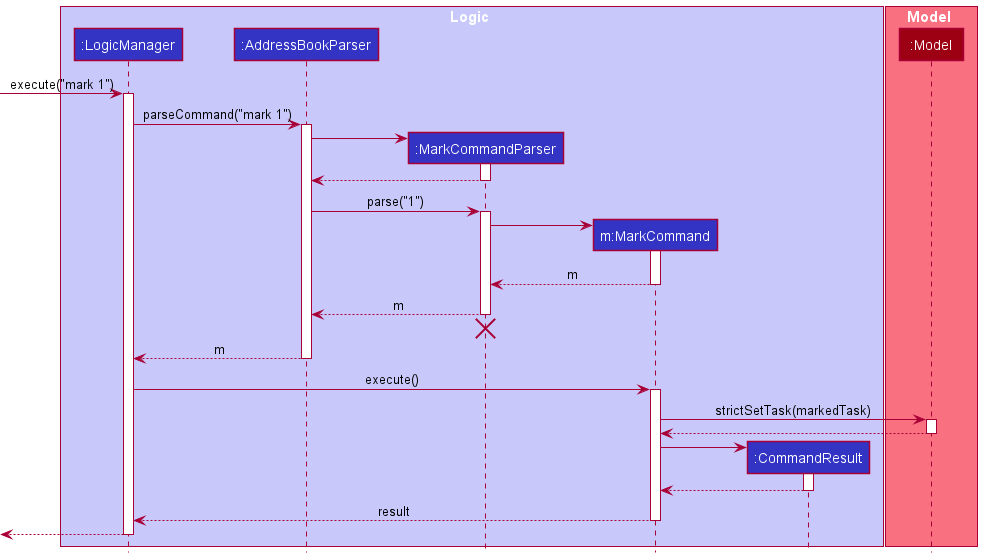
This is docs/images/MarkSequenceDiagram.png from sbhbenjamin/tp, a PlantUML export, as it was before one commit.
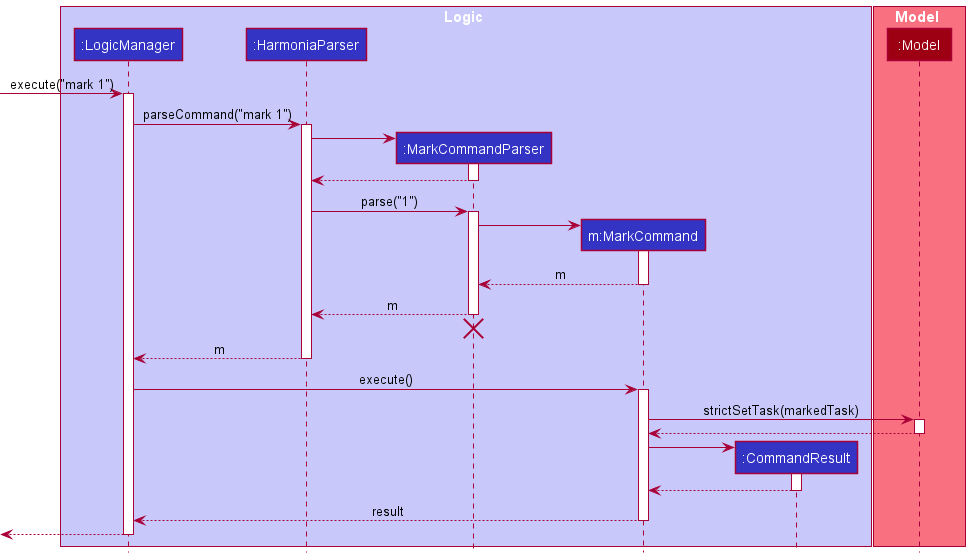
The same diagram one commit later.

Commit message:
Update mark diagram

What changed in the source:
```diff
@@ -3,7 +3,7 @@
 
 box Logic LOGIC_COLOR_T1
 participant ":LogicManager" as LogicManager LOGIC_COLOR
-participant ":AddressBookParser" as AddressBookParser LOGIC_COLOR
+participant ":HarmoniaParser" as HarmoniaParser LOGIC_COLOR
 participant ":MarkCommandParser" as MarkCommandParser LOGIC_COLOR
 participant "m:MarkCommand" as MarkCommand LOGIC_COLOR
 participant ":CommandResult" as CommandResult LOGIC_COLOR
@@ -16,17 +16,17 @@
 [-> LogicManager : execute("mark 1")
 activate LogicManager
 
-LogicManager -> AddressBookParser : parseCommand("mark 1")
-activate AddressBookParser
+LogicManager -> HarmoniaParser : parseCommand("mark 1")
+activate HarmoniaParser
 
 create MarkCommandParser
-AddressBookParser -> MarkCommandParser
+HarmoniaParser -> MarkCommandParser
 activate MarkCommandParser
 
-MarkCommandParser --> AddressBookParser
+MarkCommandParser --> HarmoniaParser
 deactivate MarkCommandParser
 
-AddressBookParser -> MarkCommandParser : parse("1")
+HarmoniaParser -> MarkCommandParser : parse("1")
 activate MarkCommandParser
 
 create MarkCommand
@@ -36,13 +36,13 @@
 MarkCommand --> MarkCommandParser : m
 deactivate MarkCommand
 
-MarkCommandParser --> AddressBookParser : m
+MarkCommandParser --> HarmoniaParser : m
 deactivate MarkCommandParser
-MarkCommandParser -[hidden]-> AddressBookParser
+MarkCommandParser -[hidden]-> HarmoniaParser
 destroy MarkCommandParser
 
-AddressBookParser --> LogicManager : m
-deactivate AddressBookParser
+HarmoniaParser --> LogicManager : m
+deactivate HarmoniaParser
 
 LogicManager -> MarkCommand : execute()
 activate MarkCommand
```
